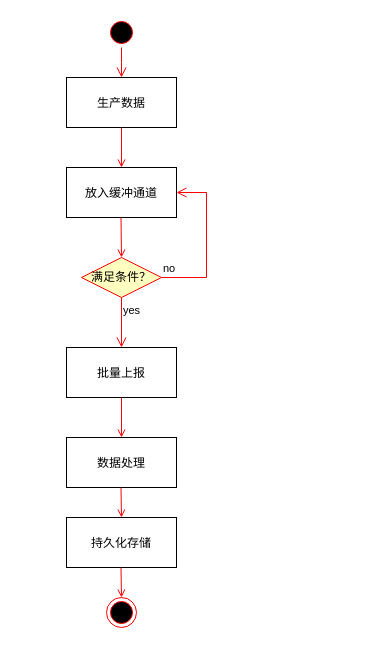
elisaovivo/restful-api-demo keeps this draw.io diagram as 数据采集活动图.drawio. Above is the earlier version. Source tidied: cells renumbered, new cells numbered last; positions are measured from the earlier drawing's top-left corner, leaving out a move shared by most shapes. Both pictures are drawn from the tidied source at 100%, with x=0, y=0 at pixel (66, 17).
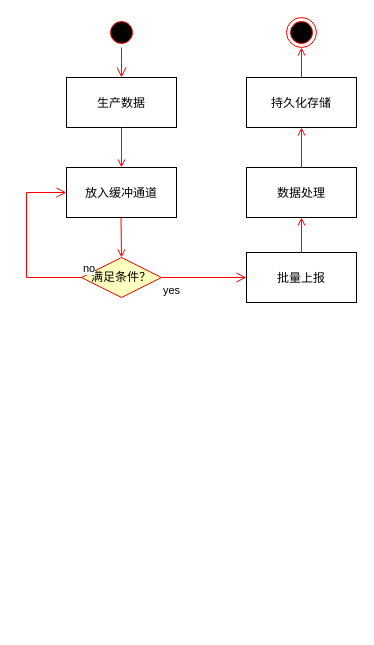
The same diagram, later.

Commit message:
更新数据采集活动图.drawio

The change refers to these unchanged cells:
```xml
<mxCell id="5" value="放入缓冲通道" parent="1" vertex="1">
  <mxGeometry y="150" width="110" height="50" as="geometry" />
</mxCell>
<mxCell id="8" value="满足条件？" style="rhombus;whiteSpace=wrap;html=1;fontColor=#000000;fillColor=#ffffc0;strokeColor=#ff0000;" parent="1" vertex="1">
  <mxGeometry x="15" y="240" width="80" height="40" as="geometry" />
</mxCell>
```

The edit, as a diff of the source:
```diff
@@
     <mxCell id="7" value="批量上报" parent="1" vertex="1">
-      <mxGeometry y="330" width="110" height="50" as="geometry" />
+      <mxGeometry x="180" y="235" width="110" height="50" as="geometry" />
     </mxCell>
@@
-    <mxCell id="9" value="no" style="edgeStyle=orthogonalEdgeStyle;html=1;align=left;verticalAlign=bottom;endArrow=open;endSize=8;strokeColor=#ff0000;rounded=0;entryX=1;entryY=0.5;entryDx=0;entryDy=0;" parent="1" edge="1" source="8" target="5">
+    <mxCell id="9" value="no" style="edgeStyle=orthogonalEdgeStyle;html=1;align=left;verticalAlign=bottom;endArrow=open;endSize=8;strokeColor=#ff0000;rounded=0;entryX=0;entryY=0.5;entryDx=0;entryDy=0;" parent="1" edge="1" source="8" target="5">
       <mxGeometry x="-1" relative="1" as="geometry">
         <Array as="points">
-          <mxPoint x="140" y="260" />
-          <mxPoint x="140" y="175" />
+          <mxPoint x="-40" y="260" />
+          <mxPoint x="-40" y="175" />
         </Array>
       </mxGeometry>
     </mxCell>
-    <mxCell id="10" value="yes" style="edgeStyle=orthogonalEdgeStyle;html=1;align=left;verticalAlign=top;endArrow=open;endSize=8;strokeColor=#ff0000;rounded=0;entryX=0.5;entryY=0;entryDx=0;entryDy=0;" parent="1" edge="1" source="8" target="7">
+    <mxCell id="10" value="yes" style="html=1;align=left;verticalAlign=top;endArrow=open;endSize=8;strokeColor=#ff0000;rounded=0;entryX=0;entryY=0.5;entryDx=0;entryDy=0;" parent="1" edge="1" source="8" target="7">
       <mxGeometry x="-1" relative="1" as="geometry" />
     </mxCell>
@@
     <mxCell id="12" value="数据处理" parent="1" vertex="1">
-      <mxGeometry y="420" width="110" height="50" as="geometry" />
+      <mxGeometry x="180" y="150" width="110" height="50" as="geometry" />
     </mxCell>
     <mxCell id="13" value="持久化存储" parent="1" vertex="1">
-      <mxGeometry y="500" width="110" height="50" as="geometry" />
+      <mxGeometry x="180" y="60" width="110" height="50" as="geometry" />
     </mxCell>
     <mxCell id="14" style="ellipse;html=1;shape=endState;fillColor=#000000;strokeColor=#ff0000;" parent="1" vertex="1">
-      <mxGeometry x="40" y="580" width="30" height="30" as="geometry" />
+      <mxGeometry x="220" width="30" height="30" as="geometry" />
     </mxCell>
-    <mxCell id="15" style="endArrow=open;strokeColor=#FF0000;endFill=1;rounded=0;exitX=0.5;exitY=1;exitDx=0;exitDy=0;entryX=0.5;entryY=0;entryDx=0;entryDy=0;" parent="1" edge="1" source="7" target="12">
+    <mxCell id="15" style="endArrow=open;strokeColor=#FF0000;endFill=1;rounded=0;exitX=0.5;exitY=0;exitDx=0;exitDy=0;entryX=0.5;entryY=1;entryDx=0;entryDy=0;" parent="1" edge="1" source="7" target="12">
       <mxGeometry relative="1" as="geometry" />
     </mxCell>
-    <mxCell id="16" style="endArrow=open;strokeColor=#FF0000;endFill=1;rounded=0;entryX=0.5;entryY=0;entryDx=0;entryDy=0;" parent="1" edge="1" target="13">
-      <mxGeometry relative="1" as="geometry">
-        <mxPoint x="54.5" y="470" as="sourcePoint" />
-      </mxGeometry>
+    <mxCell id="16" style="endArrow=open;strokeColor=#FF0000;endFill=1;rounded=0;entryX=0.5;entryY=1;entryDx=0;entryDy=0;exitX=0.5;exitY=0;exitDx=0;exitDy=0;" parent="1" edge="1" source="12" target="13">
+      <mxGeometry relative="1" as="geometry" />
     </mxCell>
-    <mxCell id="17" style="endArrow=open;strokeColor=#FF0000;endFill=1;rounded=0;" parent="1" edge="1">
-      <mxGeometry relative="1" as="geometry">
-        <mxPoint x="54.5" y="550" as="sourcePoint" />
-        <mxPoint x="55" y="580" as="targetPoint" />
-      </mxGeometry>
+    <mxCell id="17" style="endArrow=open;strokeColor=#FF0000;endFill=1;rounded=0;entryX=0.5;entryY=1;entryDx=0;entryDy=0;exitX=0.5;exitY=0;exitDx=0;exitDy=0;" parent="1" edge="1" source="13" target="14">
+      <mxGeometry relative="1" as="geometry" />
     </mxCell>
```
